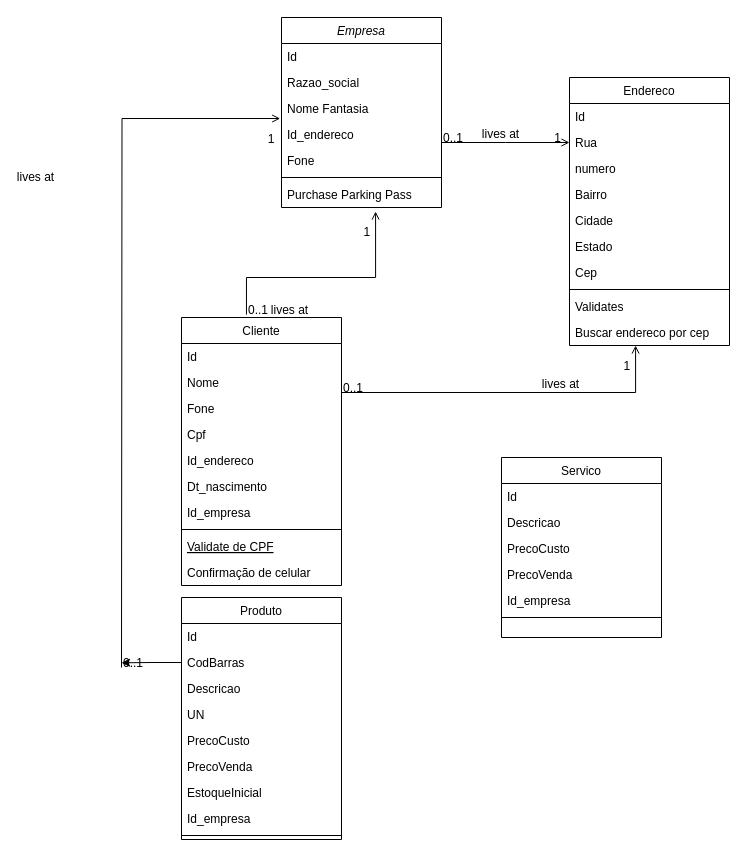
Before: DIAGRAMAS/classe.drawio in jlalvescarvalho/sistema_salao, a draw.io diagram. Source tidied: cells renumbered, new cells numbered last; positions are measured from the earlier drawing's top-left corner, leaving out a move shared by most shapes. Both pictures are drawn from the tidied source at 100%, with x=0, y=0 at pixel (121, 17).
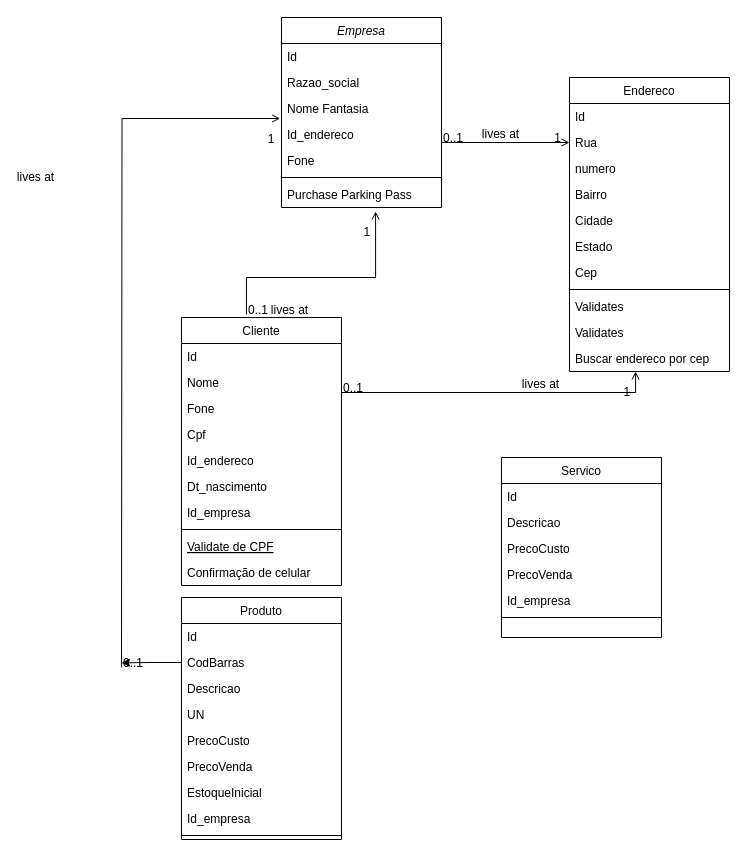
The same diagram, later.

The edit, as a diff of the source:
```diff
@@
     <mxCell id="32" value="Endereco" style="swimlane;fontStyle=0;align=center;verticalAlign=top;horizontal=1;startSize=26;rounded=0;shadow=0;strokeWidth=1;" parent="1" vertex="1">
-      <mxGeometry x="448" y="60" width="160" height="268" as="geometry" />
+      <mxGeometry x="448" y="60" width="160" height="294" as="geometry" />
     </mxCell>
@@
+    <mxCell id="66" value="Validates" style="text;align=left;verticalAlign=top;spacingLeft=4;spacingRight=4;overflow=hidden;" parent="32" vertex="1">
+      <mxGeometry y="242" width="160" height="26" as="geometry" />
+    </mxCell>
     <mxCell id="42" value="Buscar endereco por cep" style="text;align=left;verticalAlign=top;spacingLeft=4;spacingRight=4;overflow=hidden;points=[[0,0.5],[1,0.5]];portConstraint=eastwest;" parent="32" vertex="1">
-      <mxGeometry y="242" width="160" height="26" as="geometry" />
+      <mxGeometry y="268" width="160" height="26" as="geometry" />
     </mxCell>
```
